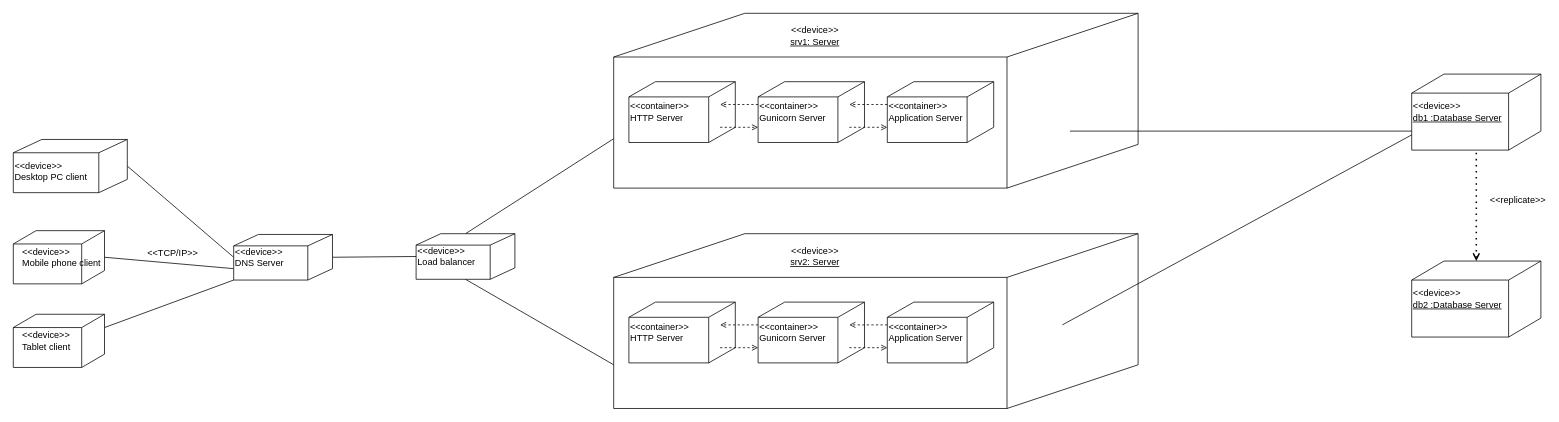
damien-devpy/OC-P6 keeps this draw.io diagram as Deployement diagram.drawio. Above is the earlier version. Source tidied: cells renumbered, new cells numbered last; positions are measured from the earlier drawing's top-left corner, leaving out a move shared by most shapes. Both pictures are drawn from the tidied source at 76%, with x=0, y=0 at pixel (13, 13).
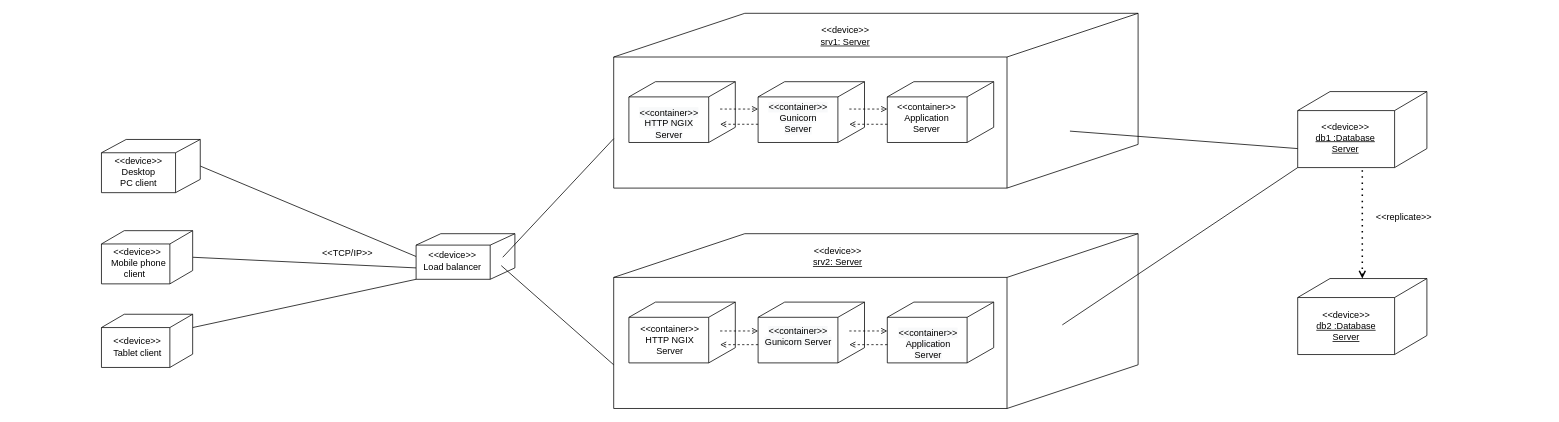
After the change.

Unchanged cells that the change refers to:
```xml
<mxCell id="13" style="group;" parent="1" vertex="1">
  <mxGeometry x="790" y="290" width="690" height="230" as="geometry" />
</mxCell>
<mxCell id="14" style="html=1;outlineConnect=0;whiteSpace=wrap;shape=mxgraph.archimate3.node;" parent="13" vertex="1">
  <mxGeometry width="690" height="230" as="geometry" />
</mxCell>
<mxCell id="23" style="group;" parent="1" vertex="1">
  <mxGeometry x="790" width="690" height="230" as="geometry" />
</mxCell>
```

Diff of the diagram source:
```diff
@@
-    <mxCell id="2" style="rounded=0;jettySize=auto;html=1;exitX=1;exitY=0.5;exitDx=0;exitDy=0;exitPerimeter=0;entryX=0;entryY=0.5;entryDx=0;entryDy=0;entryPerimeter=0;endArrow=none;endFill=0;" parent="1" edge="1" source="3" target="11">
+    <mxCell id="2" style="rounded=0;jettySize=auto;html=1;exitX=1;exitY=0.5;exitDx=0;exitDy=0;exitPerimeter=0;entryX=0;entryY=0.5;entryDx=0;entryDy=0;entryPerimeter=0;endArrow=none;endFill=0;" parent="1" edge="1" source="3" target="33">
       <mxGeometry relative="1" as="geometry" />
     </mxCell>
-    <mxCell id="3" value="&lt;div&gt;&lt;span&gt;&lt;br&gt;&lt;/span&gt;&lt;/div&gt;&lt;div&gt;&lt;span&gt;&amp;lt;&amp;lt;device&amp;gt;&amp;gt;&lt;/span&gt;&lt;br&gt;&lt;/div&gt;&lt;div&gt;&lt;span&gt;Desktop PC&amp;nbsp;&lt;/span&gt;&lt;span&gt;client&lt;/span&gt;&lt;/div&gt;" style="html=1;outlineConnect=0;whiteSpace=wrap;shape=mxgraph.archimate3.node;align=left;" parent="1" vertex="1">
-      <mxGeometry y="166" width="150" height="70" as="geometry" />
+    <mxCell id="3" style="html=1;outlineConnect=0;whiteSpace=wrap;shape=mxgraph.archimate3.node;align=left;" parent="1" vertex="1">
+      <mxGeometry x="116" y="166" width="130" height="70" as="geometry" />
     </mxCell>
-    <mxCell id="4" style="edgeStyle=none;rounded=0;jettySize=auto;html=1;exitX=1;exitY=0.5;exitDx=0;exitDy=0;exitPerimeter=0;entryX=0;entryY=0.75;entryDx=0;entryDy=0;entryPerimeter=0;endArrow=none;endFill=0;" parent="1" edge="1" source="5" target="11">
+    <mxCell id="4" style="edgeStyle=none;rounded=0;jettySize=auto;html=1;exitX=1;exitY=0.5;exitDx=0;exitDy=0;exitPerimeter=0;entryX=0;entryY=0.75;entryDx=0;entryDy=0;entryPerimeter=0;endArrow=none;endFill=0;" parent="1" edge="1" source="5" target="33">
       <mxGeometry relative="1" as="geometry" />
     </mxCell>
-    <mxCell id="5" value="&lt;div&gt;&lt;span&gt;&amp;nbsp; &amp;nbsp;&amp;lt;&amp;lt;device&amp;gt;&amp;gt;&amp;nbsp;&lt;/span&gt;&lt;/div&gt;&lt;div&gt;&lt;span&gt;&amp;nbsp; &amp;nbsp;Mobile phone client&lt;/span&gt;&lt;/div&gt;" style="html=1;outlineConnect=0;whiteSpace=wrap;shape=mxgraph.archimate3.node;align=left;" parent="1" vertex="1">
-      <mxGeometry y="286" width="120" height="70" as="geometry" />
+    <mxCell id="5" style="html=1;outlineConnect=0;whiteSpace=wrap;shape=mxgraph.archimate3.node;align=left;" parent="1" vertex="1">
+      <mxGeometry x="116" y="286" width="120" height="70" as="geometry" />
     </mxCell>
-    <mxCell id="6" style="edgeStyle=none;rounded=0;jettySize=auto;html=1;exitX=1;exitY=0.25;exitDx=0;exitDy=0;exitPerimeter=0;entryX=0;entryY=1;entryDx=0;entryDy=0;entryPerimeter=0;endArrow=none;endFill=0;" parent="1" edge="1" source="7" target="11">
+    <mxCell id="6" style="edgeStyle=none;rounded=0;jettySize=auto;html=1;exitX=1;exitY=0.25;exitDx=0;exitDy=0;exitPerimeter=0;entryX=0;entryY=1;entryDx=0;entryDy=0;entryPerimeter=0;endArrow=none;endFill=0;" parent="1" edge="1" source="7" target="33">
       <mxGeometry relative="1" as="geometry" />
     </mxCell>
-    <mxCell id="7" value="&lt;div&gt;&lt;span&gt;&amp;nbsp; &amp;nbsp;&amp;lt;&amp;lt;device&amp;gt;&amp;gt;&amp;nbsp;&lt;/span&gt;&lt;/div&gt;&lt;div&gt;&lt;span&gt;&amp;nbsp; &amp;nbsp;Tablet&amp;nbsp;&lt;/span&gt;&lt;span&gt;client&lt;/span&gt;&lt;/div&gt;" style="html=1;outlineConnect=0;whiteSpace=wrap;shape=mxgraph.archimate3.node;align=left;" parent="1" vertex="1">
-      <mxGeometry y="396" width="120" height="70" as="geometry" />
+    <mxCell id="7" style="html=1;outlineConnect=0;whiteSpace=wrap;shape=mxgraph.archimate3.node;align=left;" parent="1" vertex="1">
+      <mxGeometry x="116" y="396" width="120" height="70" as="geometry" />
     </mxCell>
-    <mxCell id="8" style="edgeStyle=none;rounded=0;jettySize=auto;html=1;entryX=0;entryY=0.75;entryDx=0;entryDy=0;entryPerimeter=0;endArrow=none;endFill=0;exitX=0.5;exitY=0;exitDx=0;exitDy=0;exitPerimeter=0;" parent="1" edge="1" source="33">
-      <mxGeometry relative="1" as="geometry">
-        <mxPoint x="790" y="165" as="targetPoint" />
-      </mxGeometry>
-    </mxCell>
-    <mxCell id="9" style="edgeStyle=none;rounded=0;jettySize=auto;html=1;entryX=0;entryY=0.75;entryDx=0;entryDy=0;entryPerimeter=0;endArrow=none;endFill=0;exitX=0.5;exitY=1;exitDx=0;exitDy=0;exitPerimeter=0;" parent="1" edge="1" source="33" target="14">
-      <mxGeometry relative="1" as="geometry" />
-    </mxCell>
-    <mxCell id="10" style="edgeStyle=none;rounded=0;jettySize=auto;html=1;exitX=1;exitY=0.5;exitDx=0;exitDy=0;exitPerimeter=0;entryX=0;entryY=0.5;entryDx=0;entryDy=0;entryPerimeter=0;endArrow=none;endFill=0;" parent="1" edge="1" source="11" target="33">
-      <mxGeometry relative="1" as="geometry" />
-    </mxCell>
-    <mxCell id="11" value="&amp;lt;&amp;lt;device&amp;gt;&amp;gt;&lt;br&gt;DNS Server" style="html=1;outlineConnect=0;whiteSpace=wrap;shape=mxgraph.archimate3.node;align=left;" parent="1" vertex="1">
-      <mxGeometry x="290" y="291" width="130" height="60" as="geometry" />
-    </mxCell>
     <mxCell id="12" value="&amp;lt;&amp;lt;TCP/IP&amp;gt;&amp;gt;" style="text;html=1;strokeColor=none;fillColor=none;align=center;verticalAlign=middle;whiteSpace=wrap;rounded=0;" parent="1" vertex="1">
-      <mxGeometry x="190" y="306" width="40" height="20" as="geometry" />
+      <mxGeometry x="420" y="306" width="40" height="20" as="geometry" />
     </mxCell>
@@
     <mxCell id="15" value="&amp;lt;&amp;lt;device&amp;gt;&amp;gt;&lt;br&gt;&lt;u&gt;srv2: Server&lt;/u&gt;" style="text;html=1;strokeColor=none;fillColor=none;align=center;verticalAlign=middle;whiteSpace=wrap;rounded=0;" parent="13" vertex="1">
-      <mxGeometry x="230" y="20" width="70" height="20" as="geometry" />
+      <mxGeometry x="260" y="20" width="70" height="20" as="geometry" />
     </mxCell>
-    <mxCell id="16" value="&amp;lt;&amp;lt;container&amp;gt;&amp;gt;&lt;br&gt;HTTP Server" style="html=1;whiteSpace=wrap;shape=mxgraph.archimate3.node;align=left;" parent="13" vertex="1">
+    <mxCell id="16" style="html=1;whiteSpace=wrap;shape=mxgraph.archimate3.node;align=left;" parent="13" vertex="1">
       <mxGeometry x="20" y="90" width="140" height="80" as="geometry" />
     </mxCell>
-    <mxCell id="17" value="&amp;lt;&amp;lt;container&amp;gt;&amp;gt;&lt;br&gt;Gunicorn Server" style="html=1;outlineConnect=0;whiteSpace=wrap;shape=mxgraph.archimate3.node;align=left;" parent="13" vertex="1">
+    <mxCell id="17" style="html=1;outlineConnect=0;whiteSpace=wrap;shape=mxgraph.archimate3.node;align=left;" parent="13" vertex="1">
       <mxGeometry x="190" y="90" width="140" height="80" as="geometry" />
     </mxCell>
-    <mxCell id="18" value="&amp;lt;&amp;lt;container&amp;gt;&amp;gt;&lt;br&gt;Application Server" style="html=1;whiteSpace=wrap;shape=mxgraph.archimate3.node;align=left;" parent="13" vertex="1">
+    <mxCell id="18" style="html=1;whiteSpace=wrap;shape=mxgraph.archimate3.node;align=left;" parent="13" vertex="1">
       <mxGeometry x="360" y="90" width="140" height="80" as="geometry" />
     </mxCell>
-    <mxCell id="19" style="endArrow=open;html=1;entryX=0;entryY=0.75;entryDx=0;entryDy=0;entryPerimeter=0;dashed=1;endFill=0;" parent="13" edge="1" target="17">
+    <mxCell id="19" style="endArrow=open;html=1;entryX=0;entryY=0.75;entryDx=0;entryDy=0;entryPerimeter=0;dashed=1;endFill=0;" parent="13" edge="1">
       <mxGeometry relative="1" as="geometry">
-        <mxPoint x="140" y="150" as="sourcePoint" />
+        <mxPoint x="140" y="128" as="sourcePoint" />
+        <mxPoint x="190" y="128" as="targetPoint" />
       </mxGeometry>
     </mxCell>
     <mxCell id="20" style="endArrow=open;html=1;entryX=0;entryY=0.75;entryDx=0;entryDy=0;entryPerimeter=0;dashed=1;endFill=0;" parent="13" edge="1">
       <mxGeometry relative="1" as="geometry">
-        <mxPoint x="310" y="150" as="sourcePoint" />
-        <mxPoint x="360" y="150" as="targetPoint" />
+        <mxPoint x="310" y="128" as="sourcePoint" />
+        <mxPoint x="360" y="128" as="targetPoint" />
       </mxGeometry>
     </mxCell>
     <mxCell id="21" style="endArrow=open;html=1;entryX=0;entryY=0.75;entryDx=0;entryDy=0;entryPerimeter=0;dashed=1;endFill=0;" parent="13" edge="1">
       <mxGeometry relative="1" as="geometry">
-        <mxPoint x="190" y="120" as="sourcePoint" />
-        <mxPoint x="140" y="120" as="targetPoint" />
+        <mxPoint x="190" y="146" as="sourcePoint" />
+        <mxPoint x="140" y="146" as="targetPoint" />
       </mxGeometry>
     </mxCell>
     <mxCell id="22" style="endArrow=open;html=1;entryX=0;entryY=0.75;entryDx=0;entryDy=0;entryPerimeter=0;dashed=1;endFill=0;" parent="13" edge="1">
       <mxGeometry relative="1" as="geometry">
-        <mxPoint x="360" y="120" as="sourcePoint" />
-        <mxPoint x="310" y="120" as="targetPoint" />
+        <mxPoint x="360" y="146" as="sourcePoint" />
+        <mxPoint x="310" y="146" as="targetPoint" />
       </mxGeometry>
     </mxCell>
+    <mxCell id="40" value="&lt;span style=&quot;color: rgb(0 , 0 , 0) ; font-family: &amp;#34;helvetica&amp;#34; ; font-size: 12px ; font-style: normal ; font-weight: 400 ; letter-spacing: normal ; text-indent: 0px ; text-transform: none ; word-spacing: 0px ; background-color: rgb(248 , 249 , 250) ; display: inline ; float: none&quot;&gt;&amp;lt;&amp;lt;container&amp;gt;&amp;gt;&lt;/span&gt;&lt;br style=&quot;color: rgb(0 , 0 , 0) ; font-family: &amp;#34;helvetica&amp;#34; ; font-size: 12px ; font-style: normal ; font-weight: 400 ; letter-spacing: normal ; text-indent: 0px ; text-transform: none ; word-spacing: 0px ; background-color: rgb(248 , 249 , 250)&quot;&gt;&lt;span style=&quot;color: rgb(0 , 0 , 0) ; font-family: &amp;#34;helvetica&amp;#34; ; font-size: 12px ; font-style: normal ; font-weight: 400 ; letter-spacing: normal ; text-indent: 0px ; text-transform: none ; word-spacing: 0px ; background-color: rgb(248 , 249 , 250) ; display: inline ; float: none&quot;&gt;Application Server&lt;/span&gt;" style="text;whiteSpace=wrap;html=1;align=center;" parent="13" vertex="1">
+      <mxGeometry x="369" y="117" width="90" height="40" as="geometry" />
+    </mxCell>
@@
     <mxCell id="25" value="&amp;lt;&amp;lt;device&amp;gt;&amp;gt;&lt;br&gt;&lt;u&gt;srv1: Server&lt;/u&gt;" style="text;html=1;strokeColor=none;fillColor=none;align=center;verticalAlign=middle;whiteSpace=wrap;rounded=0;" parent="23" vertex="1">
-      <mxGeometry x="230" y="20" width="70" height="20" as="geometry" />
+      <mxGeometry x="270" y="20" width="70" height="20" as="geometry" />
     </mxCell>
-    <mxCell id="26" value="&amp;lt;&amp;lt;container&amp;gt;&amp;gt;&lt;br&gt;HTTP Server" style="html=1;whiteSpace=wrap;shape=mxgraph.archimate3.node;align=left;" parent="23" vertex="1">
+    <mxCell id="26" style="html=1;whiteSpace=wrap;shape=mxgraph.archimate3.node;align=left;" parent="23" vertex="1">
       <mxGeometry x="20" y="90" width="140" height="80" as="geometry" />
     </mxCell>
-    <mxCell id="27" value="&amp;lt;&amp;lt;container&amp;gt;&amp;gt;&lt;br&gt;Gunicorn Server" style="html=1;outlineConnect=0;whiteSpace=wrap;shape=mxgraph.archimate3.node;align=left;" parent="23" vertex="1">
+    <mxCell id="27" style="html=1;outlineConnect=0;whiteSpace=wrap;shape=mxgraph.archimate3.node;align=left;" parent="23" vertex="1">
       <mxGeometry x="190" y="90" width="140" height="80" as="geometry" />
     </mxCell>
-    <mxCell id="28" value="&amp;lt;&amp;lt;container&amp;gt;&amp;gt;&lt;br&gt;Application Server" style="html=1;whiteSpace=wrap;shape=mxgraph.archimate3.node;align=left;" parent="23" vertex="1">
+    <mxCell id="28" style="html=1;whiteSpace=wrap;shape=mxgraph.archimate3.node;align=left;" parent="23" vertex="1">
       <mxGeometry x="360" y="90" width="140" height="80" as="geometry" />
     </mxCell>
-    <mxCell id="29" style="endArrow=open;html=1;entryX=0;entryY=0.75;entryDx=0;entryDy=0;entryPerimeter=0;dashed=1;endFill=0;" parent="23" edge="1" target="27">
+    <mxCell id="29" style="endArrow=open;html=1;entryX=0;entryY=0.75;entryDx=0;entryDy=0;entryPerimeter=0;dashed=1;endFill=0;" parent="23" edge="1">
       <mxGeometry relative="1" as="geometry">
-        <mxPoint x="140" y="150" as="sourcePoint" />
+        <mxPoint x="140" y="126" as="sourcePoint" />
+        <mxPoint x="190" y="126" as="targetPoint" />
       </mxGeometry>
     </mxCell>
     <mxCell id="30" style="endArrow=open;html=1;entryX=0;entryY=0.75;entryDx=0;entryDy=0;entryPerimeter=0;dashed=1;endFill=0;" parent="23" edge="1">
       <mxGeometry relative="1" as="geometry">
-        <mxPoint x="310" y="150" as="sourcePoint" />
-        <mxPoint x="360" y="150" as="targetPoint" />
+        <mxPoint x="310" y="126" as="sourcePoint" />
+        <mxPoint x="360" y="126" as="targetPoint" />
       </mxGeometry>
     </mxCell>
     <mxCell id="31" style="endArrow=open;html=1;entryX=0;entryY=0.75;entryDx=0;entryDy=0;entryPerimeter=0;dashed=1;endFill=0;" parent="23" edge="1">
       <mxGeometry relative="1" as="geometry">
-        <mxPoint x="190" y="120" as="sourcePoint" />
-        <mxPoint x="140" y="120" as="targetPoint" />
+        <mxPoint x="190" y="146" as="sourcePoint" />
+        <mxPoint x="140" y="146" as="targetPoint" />
       </mxGeometry>
     </mxCell>
     <mxCell id="32" style="endArrow=open;html=1;entryX=0;entryY=0.75;entryDx=0;entryDy=0;entryPerimeter=0;dashed=1;endFill=0;" parent="23" edge="1">
       <mxGeometry relative="1" as="geometry">
-        <mxPoint x="360" y="120" as="sourcePoint" />
-        <mxPoint x="310" y="120" as="targetPoint" />
+        <mxPoint x="360" y="146" as="sourcePoint" />
+        <mxPoint x="310" y="146" as="targetPoint" />
       </mxGeometry>
     </mxCell>
-    <mxCell id="33" value="&amp;lt;&amp;lt;device&amp;gt;&amp;gt;&lt;br&gt;Load balancer" style="html=1;outlineConnect=0;whiteSpace=wrap;shape=mxgraph.archimate3.node;align=left;" parent="1" vertex="1">
+    <mxCell id="33" style="html=1;outlineConnect=0;whiteSpace=wrap;shape=mxgraph.archimate3.node;align=left;" parent="1" vertex="1">
       <mxGeometry x="530" y="290" width="130" height="60" as="geometry" />
     </mxCell>
-    <mxCell id="34" value="&amp;lt;&amp;lt;device&amp;gt;&amp;gt;&lt;br&gt;&lt;u&gt;db1 :Database Server&lt;/u&gt;" style="html=1;outlineConnect=0;whiteSpace=wrap;shape=mxgraph.archimate3.node;align=left;" parent="1" vertex="1">
-      <mxGeometry x="1840" y="80" width="170" height="100" as="geometry" />
+    <mxCell id="34" style="html=1;outlineConnect=0;whiteSpace=wrap;shape=mxgraph.archimate3.node;align=left;" parent="1" vertex="1">
+      <mxGeometry x="1690" y="103" width="170" height="100" as="geometry" />
     </mxCell>
-    <mxCell id="35" value="&amp;lt;&amp;lt;device&amp;gt;&amp;gt;&lt;br&gt;&lt;u&gt;db2 :Database Server&lt;/u&gt;" style="html=1;outlineConnect=0;whiteSpace=wrap;shape=mxgraph.archimate3.node;align=left;" parent="1" vertex="1">
-      <mxGeometry x="1840" y="326" width="170" height="100" as="geometry" />
+    <mxCell id="35" style="html=1;outlineConnect=0;whiteSpace=wrap;shape=mxgraph.archimate3.node;align=left;" parent="1" vertex="1">
+      <mxGeometry x="1690" y="349" width="170" height="100" as="geometry" />
     </mxCell>
@@
-    <mxCell id="37" style="endArrow=none;html=1;exitX=0.87;exitY=0.674;exitDx=0;exitDy=0;exitPerimeter=0;" parent="1" edge="1">
+    <mxCell id="37" style="endArrow=none;html=1;exitX=0.87;exitY=0.674;exitDx=0;exitDy=0;exitPerimeter=0;entryX=0;entryY=1;entryDx=0;entryDy=0;entryPerimeter=0;" parent="1" edge="1" target="34">
       <mxGeometry relative="1" as="geometry">
         <mxPoint x="1380.3" y="410" as="sourcePoint" />
-        <mxPoint x="1840" y="160" as="targetPoint" />
       </mxGeometry>
     </mxCell>
@@
     <mxCell id="39" value="&amp;lt;&amp;lt;replicate&amp;gt;&amp;gt;" style="text;html=1;strokeColor=none;fillColor=none;align=center;verticalAlign=middle;whiteSpace=wrap;rounded=0;" parent="1" vertex="1">
-      <mxGeometry x="1960" y="236" width="40" height="20" as="geometry" />
+      <mxGeometry x="1810" y="259" width="40" height="20" as="geometry" />
     </mxCell>
+    <mxCell id="41" value="&lt;span&gt;&amp;lt;&amp;lt;device&amp;gt;&amp;gt;&lt;/span&gt;&lt;br&gt;&lt;div&gt;Desktop PC&amp;nbsp;client&lt;/div&gt;" style="text;html=1;strokeColor=none;fillColor=none;align=center;verticalAlign=middle;whiteSpace=wrap;rounded=0;" parent="1" vertex="1">
+      <mxGeometry x="120" y="187" width="90" height="44" as="geometry" />
+    </mxCell>
+    <mxCell id="42" value="&lt;div&gt;&amp;nbsp; &amp;nbsp;&amp;lt;&amp;lt;device&amp;gt;&amp;gt;&amp;nbsp;&lt;/div&gt;&lt;div&gt;&amp;nbsp; &amp;nbsp;Mobile phone client&lt;/div&gt;" style="text;html=1;strokeColor=none;fillColor=none;align=center;verticalAlign=middle;whiteSpace=wrap;rounded=0;" parent="1" vertex="1">
+      <mxGeometry x="110" y="319" width="100" height="20" as="geometry" />
+    </mxCell>
+    <mxCell id="43" value="&lt;div style=&quot;text-align: left&quot;&gt;&amp;nbsp; &amp;nbsp;&amp;lt;&amp;lt;device&amp;gt;&amp;gt;&amp;nbsp;&lt;/div&gt;&lt;div style=&quot;text-align: left&quot;&gt;&amp;nbsp; &amp;nbsp;Tablet&amp;nbsp;client&lt;/div&gt;" style="text;html=1;strokeColor=none;fillColor=none;align=center;verticalAlign=middle;whiteSpace=wrap;rounded=0;" parent="1" vertex="1">
+      <mxGeometry x="120" y="429" width="80" height="20" as="geometry" />
+    </mxCell>
+    <mxCell id="44" value="&lt;span style=&quot;text-align: left&quot;&gt;&amp;lt;&amp;lt;device&amp;gt;&amp;gt;&lt;/span&gt;&lt;br style=&quot;text-align: left&quot;&gt;&lt;span style=&quot;text-align: left&quot;&gt;Load balancer&lt;/span&gt;" style="text;html=1;strokeColor=none;fillColor=none;align=center;verticalAlign=middle;whiteSpace=wrap;rounded=0;" parent="1" vertex="1">
+      <mxGeometry x="538" y="316" width="80" height="20" as="geometry" />
+    </mxCell>
+    <mxCell id="9" style="edgeStyle=none;rounded=0;jettySize=auto;html=1;entryX=0;entryY=0.75;entryDx=0;entryDy=0;entryPerimeter=0;endArrow=none;endFill=0;exitX=0.862;exitY=0.7;exitDx=0;exitDy=0;exitPerimeter=0;" parent="1" edge="1" source="33" target="14">
+      <mxGeometry relative="1" as="geometry" />
+    </mxCell>
+    <mxCell id="8" style="edgeStyle=none;rounded=0;jettySize=auto;html=1;entryX=0;entryY=0.75;entryDx=0;entryDy=0;entryPerimeter=0;endArrow=none;endFill=0;exitX=0.877;exitY=0.517;exitDx=0;exitDy=0;exitPerimeter=0;" parent="1" edge="1" source="33">
+      <mxGeometry relative="1" as="geometry">
+        <mxPoint x="790" y="165" as="targetPoint" />
+      </mxGeometry>
+    </mxCell>
+    <mxCell id="45" value="&lt;span&gt;&amp;lt;&amp;lt;container&amp;gt;&amp;gt;&lt;/span&gt;&lt;br&gt;&lt;span&gt;HTTP NGIX Server&lt;/span&gt;" style="text;html=1;strokeColor=none;fillColor=none;align=center;verticalAlign=middle;whiteSpace=wrap;rounded=0;" parent="1" vertex="1">
+      <mxGeometry x="844" y="420" width="40" height="20" as="geometry" />
+    </mxCell>
+    <mxCell id="46" value="&lt;span style=&quot;color: rgb(0 , 0 , 0) ; font-family: &amp;#34;helvetica&amp;#34; ; font-size: 12px ; font-style: normal ; font-weight: 400 ; letter-spacing: normal ; text-indent: 0px ; text-transform: none ; word-spacing: 0px ; background-color: rgb(248 , 249 , 250) ; display: inline ; float: none&quot;&gt;&amp;lt;&amp;lt;container&amp;gt;&amp;gt;&lt;/span&gt;&lt;br style=&quot;color: rgb(0 , 0 , 0) ; font-family: &amp;#34;helvetica&amp;#34; ; font-size: 12px ; font-style: normal ; font-weight: 400 ; letter-spacing: normal ; text-indent: 0px ; text-transform: none ; word-spacing: 0px ; background-color: rgb(248 , 249 , 250)&quot;&gt;&lt;span style=&quot;color: rgb(0 , 0 , 0) ; font-family: &amp;#34;helvetica&amp;#34; ; font-size: 12px ; font-style: normal ; font-weight: 400 ; letter-spacing: normal ; text-indent: 0px ; text-transform: none ; word-spacing: 0px ; background-color: rgb(248 , 249 , 250) ; display: inline ; float: none&quot;&gt;HTTP NGIX Server&lt;/span&gt;" style="text;whiteSpace=wrap;html=1;align=center;" parent="1" vertex="1">
+      <mxGeometry x="813" y="117" width="100" height="40" as="geometry" />
+    </mxCell>
+    <mxCell id="47" value="&#10;&#10;&lt;span style=&quot;color: rgb(0, 0, 0); font-family: helvetica; font-size: 12px; font-style: normal; font-weight: 400; letter-spacing: normal; text-align: left; text-indent: 0px; text-transform: none; word-spacing: 0px; background-color: rgb(248, 249, 250); display: inline; float: none;&quot;&gt;&amp;lt;&amp;lt;container&amp;gt;&amp;gt;&lt;/span&gt;&lt;br style=&quot;color: rgb(0, 0, 0); font-family: helvetica; font-size: 12px; font-style: normal; font-weight: 400; letter-spacing: normal; text-align: left; text-indent: 0px; text-transform: none; word-spacing: 0px; background-color: rgb(248, 249, 250);&quot;&gt;&lt;span style=&quot;color: rgb(0, 0, 0); font-family: helvetica; font-size: 12px; font-style: normal; font-weight: 400; letter-spacing: normal; text-align: left; text-indent: 0px; text-transform: none; word-spacing: 0px; background-color: rgb(248, 249, 250); display: inline; float: none;&quot;&gt;Gunicorn Server&lt;/span&gt;&#10;&#10;" style="text;html=1;strokeColor=none;fillColor=none;align=center;verticalAlign=middle;whiteSpace=wrap;rounded=0;" parent="1" vertex="1">
+      <mxGeometry x="1013" y="128" width="40" height="20" as="geometry" />
+    </mxCell>
+    <mxCell id="48" value="&lt;span style=&quot;color: rgb(0 , 0 , 0) ; font-family: &amp;#34;helvetica&amp;#34; ; font-size: 12px ; font-style: normal ; font-weight: 400 ; letter-spacing: normal ; text-indent: 0px ; text-transform: none ; word-spacing: 0px ; background-color: rgb(248 , 249 , 250) ; display: inline ; float: none&quot;&gt;&amp;lt;&amp;lt;container&amp;gt;&amp;gt;&lt;/span&gt;&lt;br style=&quot;color: rgb(0 , 0 , 0) ; font-family: &amp;#34;helvetica&amp;#34; ; font-size: 12px ; font-style: normal ; font-weight: 400 ; letter-spacing: normal ; text-indent: 0px ; text-transform: none ; word-spacing: 0px ; background-color: rgb(248 , 249 , 250)&quot;&gt;&lt;span style=&quot;color: rgb(0 , 0 , 0) ; font-family: &amp;#34;helvetica&amp;#34; ; font-size: 12px ; font-style: normal ; font-weight: 400 ; letter-spacing: normal ; text-indent: 0px ; text-transform: none ; word-spacing: 0px ; background-color: rgb(248 , 249 , 250) ; display: inline ; float: none&quot;&gt;Gunicorn Server&lt;/span&gt;" style="text;whiteSpace=wrap;html=1;align=center;" parent="1" vertex="1">
+      <mxGeometry x="978" y="405" width="110" height="40" as="geometry" />
+    </mxCell>
+    <mxCell id="49" value="&lt;span style=&quot;text-align: left&quot;&gt;&amp;lt;&amp;lt;container&amp;gt;&amp;gt;&lt;/span&gt;&lt;br style=&quot;text-align: left&quot;&gt;&lt;span style=&quot;text-align: left&quot;&gt;Application Server&lt;/span&gt;" style="text;html=1;strokeColor=none;fillColor=none;align=center;verticalAlign=middle;whiteSpace=wrap;rounded=0;" parent="1" vertex="1">
+      <mxGeometry x="1182" y="128" width="40" height="20" as="geometry" />
+    </mxCell>
+    <mxCell id="50" value="&lt;span style=&quot;text-align: left&quot;&gt;&amp;lt;&amp;lt;device&amp;gt;&amp;gt;&lt;/span&gt;&lt;br style=&quot;text-align: left&quot;&gt;&lt;u style=&quot;text-align: left&quot;&gt;db1 :Database Server&lt;/u&gt;" style="text;html=1;strokeColor=none;fillColor=none;align=center;verticalAlign=middle;whiteSpace=wrap;rounded=0;" parent="1" vertex="1">
+      <mxGeometry x="1708" y="154" width="90" height="20" as="geometry" />
+    </mxCell>
+    <mxCell id="51" value="&lt;span style=&quot;text-align: left&quot;&gt;&amp;lt;&amp;lt;device&amp;gt;&amp;gt;&lt;/span&gt;&lt;br style=&quot;text-align: left&quot;&gt;&lt;u style=&quot;text-align: left&quot;&gt;db2 :Database Server&lt;/u&gt;" style="text;html=1;strokeColor=none;fillColor=none;align=center;verticalAlign=middle;whiteSpace=wrap;rounded=0;" parent="1" vertex="1">
+      <mxGeometry x="1709" y="402" width="90" height="20" as="geometry" />
+    </mxCell>
```
